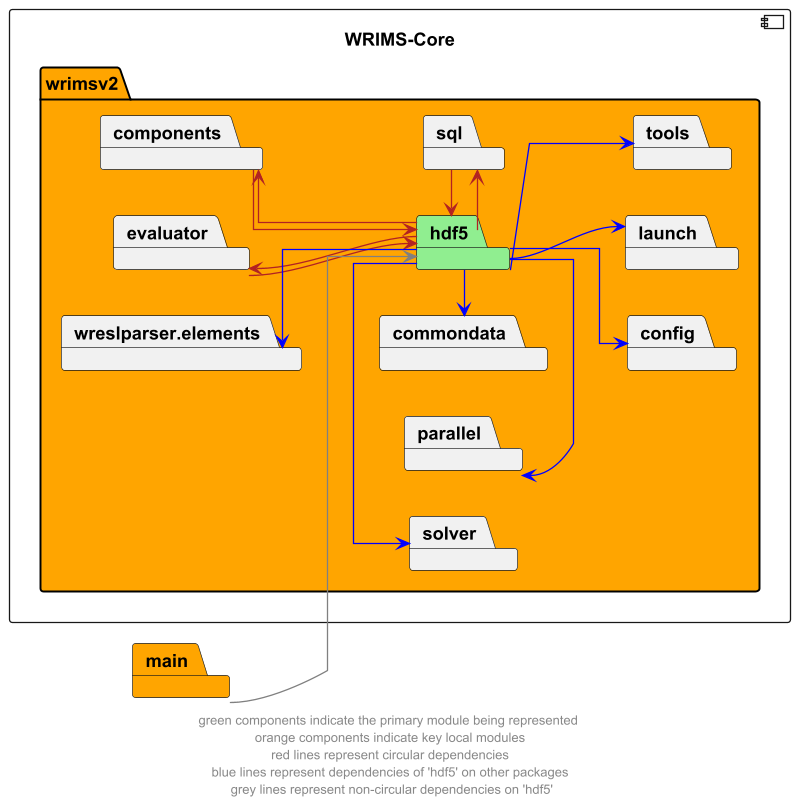
CentralValleyModeling/wrims keeps this PlantUML diagram as docs/diagrams/wrims-core/wrims-core_hdf5.png. Above is the earlier version.
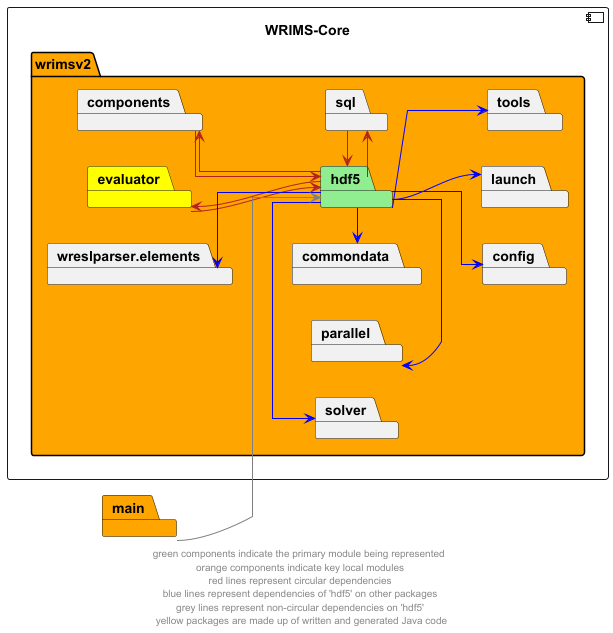
The same file after the commit.

Diff of the diagram source:
```diff
@@ -8,7 +8,7 @@
         package commondata
         package components
         package config
-        package evaluator
+        package evaluator #yellow
         package launch
         package parallel
         package solver
@@ -36,5 +36,5 @@
 main --> hdf5 #grey
 
 
-footer "green components indicate the primary module being represented \n orange components indicate key local modules \n red lines represent circular dependencies \n blue lines represent dependencies of 'hdf5' on other packages \n grey lines represent non-circular dependencies on 'hdf5'"
+footer "green components indicate the primary module being represented \n orange components indicate key local modules \n red lines represent circular dependencies \n blue lines represent dependencies of 'hdf5' on other packages \n grey lines represent non-circular dependencies on 'hdf5' \n yellow packages are made up of written and generated Java code"
 @enduml
```
